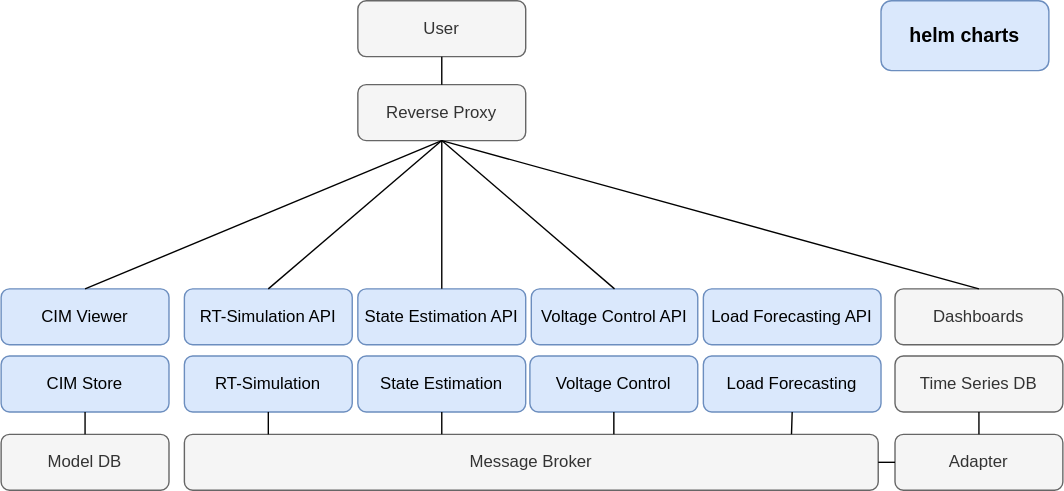
sogno-platform/sogno-platform.github.io keeps this draw.io diagram as static/architecture.svg. Above is the earlier version. Source tidied: cells renumbered, new cells last; positions are measured from the earlier drawing's top-left corner, leaving out a move shared by most shapes.
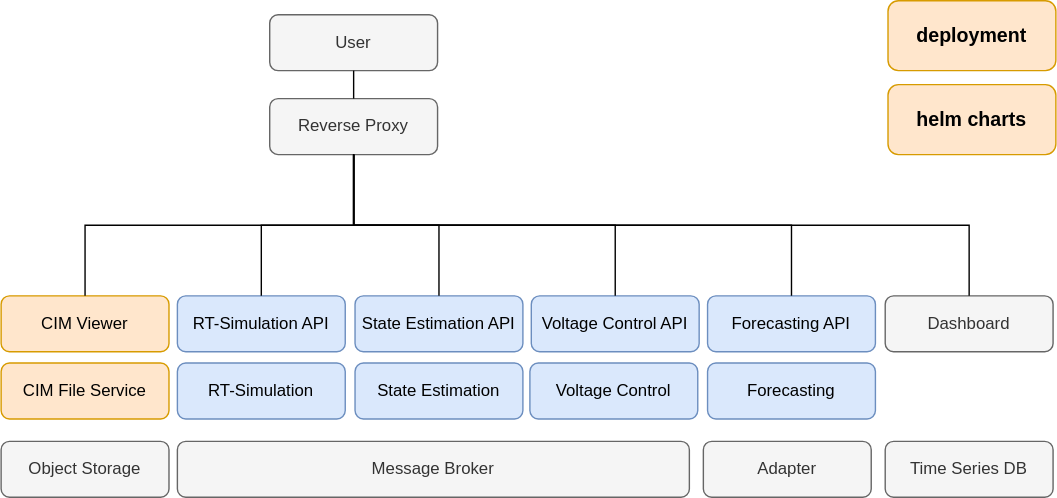
The same file after the commit.

Commit message:
update architecture diagram

What changed in the source:
```diff
@@ -5,101 +5,80 @@
     <mxCell id="2" value="&lt;a href=&quot;https://github.com/sogno-platform/dpsim&quot;&gt;RT-Simulation&lt;/a&gt;" style="rounded=1;whiteSpace=wrap;html=1;fillColor=#dae8fc;strokeColor=#6c8ebf;" parent="1" vertex="1">
       <mxGeometry x="131" y="254" width="120" height="40" as="geometry" />
     </mxCell>
-    <mxCell id="3" value="&lt;a href=&quot;https://github.com/sogno-platform/dpsim-service&quot;&gt;RT-Simulation API&lt;/a&gt;" style="rounded=1;whiteSpace=wrap;html=1;fillColor=#dae8fc;strokeColor=#6c8ebf;" parent="1" vertex="1">
+    <mxCell id="3" value="&lt;a href=&quot;https://github.com/sogno-platform/dpsim-api&quot;&gt;RT-Simulation API&lt;/a&gt;" style="rounded=1;whiteSpace=wrap;html=1;fillColor=#dae8fc;strokeColor=#6c8ebf;" parent="1" vertex="1">
       <mxGeometry x="131" y="206" width="120" height="40" as="geometry" />
     </mxCell>
     <mxCell id="4" value="&lt;a href=&quot;https://github.com/sogno-platform/pyvolt-service&quot;&gt;State Estimation API&lt;/a&gt;" style="rounded=1;whiteSpace=wrap;html=1;fillColor=#dae8fc;strokeColor=#6c8ebf;" parent="1" vertex="1">
-      <mxGeometry x="255" y="206" width="120" height="40" as="geometry" />
+      <mxGeometry x="258" y="206" width="120" height="40" as="geometry" />
     </mxCell>
     <mxCell id="5" value="&lt;a href=&quot;https://github.com/sogno-platform/pyvolt&quot;&gt;State Estimation&lt;/a&gt;" style="rounded=1;whiteSpace=wrap;html=1;fillColor=#dae8fc;strokeColor=#6c8ebf;" parent="1" vertex="1">
-      <mxGeometry x="255" y="254" width="120" height="40" as="geometry" />
+      <mxGeometry x="258" y="254" width="120" height="40" as="geometry" />
     </mxCell>
-    <mxCell id="6" value="&lt;a href=&quot;https://github.com/sogno-platform/cim-service&quot;&gt;CIM Store&lt;/a&gt;" style="rounded=1;whiteSpace=wrap;html=1;fillColor=#dae8fc;strokeColor=#6c8ebf;" parent="1" vertex="1">
-      <mxGeometry y="254" width="120" height="40" as="geometry" />
+    <mxCell id="6" value="&lt;a href=&quot;https://github.com/sogno-platform/sogno-file-service&quot;&gt;CIM File Service&lt;/a&gt;" style="rounded=1;whiteSpace=wrap;html=1;fillColor=#ffe6cc;strokeColor=#d79b00;" parent="1" vertex="1">
+      <mxGeometry x="5" y="254" width="120" height="40" as="geometry" />
     </mxCell>
-    <mxCell id="7" value="Model DB" style="rounded=1;whiteSpace=wrap;html=1;fillColor=#f5f5f5;strokeColor=#666666;fontColor=#333333;" parent="1" vertex="1">
-      <mxGeometry y="310" width="120" height="40" as="geometry" />
-    </mxCell>
-    <mxCell id="8" value="&lt;a href=&quot;https://github.com/sogno-platform/pintura&quot;&gt;CIM Viewer&lt;/a&gt;" style="rounded=1;whiteSpace=wrap;html=1;fillColor=#dae8fc;strokeColor=#6c8ebf;" parent="1" vertex="1">
-      <mxGeometry y="206" width="120" height="40" as="geometry" />
+    <mxCell id="8" value="&lt;a href=&quot;https://github.com/sogno-platform/pintura&quot;&gt;CIM Viewer&lt;/a&gt;" style="rounded=1;whiteSpace=wrap;html=1;fillColor=#ffe6cc;strokeColor=#d79b00;" parent="1" vertex="1">
+      <mxGeometry x="5" y="206" width="120" height="40" as="geometry" />
     </mxCell>
     <mxCell id="9" value="Message Broker" style="rounded=1;whiteSpace=wrap;html=1;fillColor=#f5f5f5;strokeColor=#666666;fontColor=#333333;" parent="1" vertex="1">
-      <mxGeometry x="131" y="310" width="496" height="40" as="geometry" />
+      <mxGeometry x="131" y="310" width="366" height="40" as="geometry" />
     </mxCell>
     <mxCell id="10" value="Adapter" style="rounded=1;whiteSpace=wrap;html=1;fillColor=#f5f5f5;strokeColor=#666666;fontColor=#333333;" parent="1" vertex="1">
-      <mxGeometry x="639" y="310" width="120" height="40" as="geometry" />
+      <mxGeometry x="507" y="310" width="120" height="40" as="geometry" />
     </mxCell>
     <mxCell id="11" value="Time Series DB" style="rounded=1;whiteSpace=wrap;html=1;fillColor=#f5f5f5;strokeColor=#666666;fontColor=#333333;" parent="1" vertex="1">
-      <mxGeometry x="639" y="254" width="120" height="40" as="geometry" />
+      <mxGeometry x="637" y="310" width="120" height="40" as="geometry" />
     </mxCell>
-    <mxCell id="12" value="Dashboards" style="rounded=1;whiteSpace=wrap;html=1;fillColor=#f5f5f5;strokeColor=#666666;fontColor=#333333;" parent="1" vertex="1">
-      <mxGeometry x="639" y="206" width="120" height="40" as="geometry" />
+    <mxCell id="12" value="Dashboard" style="rounded=1;whiteSpace=wrap;html=1;fillColor=#f5f5f5;strokeColor=#666666;fontColor=#333333;" parent="1" vertex="1">
+      <mxGeometry x="637" y="206" width="120" height="40" as="geometry" />
     </mxCell>
     <mxCell id="13" value="&lt;a href=&quot;https://github.com/sogno-platform/covee-service&quot;&gt;Voltage Control API&lt;/a&gt;" style="rounded=1;whiteSpace=wrap;html=1;fillColor=#dae8fc;strokeColor=#6c8ebf;" parent="1" vertex="1">
-      <mxGeometry x="379" y="206" width="119" height="40" as="geometry" />
+      <mxGeometry x="384" y="206" width="120" height="40" as="geometry" />
     </mxCell>
     <mxCell id="14" value="&lt;a href=&quot;https://github.com/sogno-platform/covee&quot;&gt;Voltage Control&lt;/a&gt;" style="rounded=1;whiteSpace=wrap;html=1;fillColor=#dae8fc;strokeColor=#6c8ebf;" parent="1" vertex="1">
-      <mxGeometry x="378" y="254" width="120" height="40" as="geometry" />
+      <mxGeometry x="383" y="254" width="120" height="40" as="geometry" />
     </mxCell>
-    <mxCell id="15" style="endArrow=none;startArrow=none;html=1;startFill=0;endFill=0;exitX=0.5;exitY=1;exitDx=0;exitDy=0;" parent="1" edge="1" source="2">
-      <mxGeometry relative="1" as="geometry">
-        <mxPoint x="191" y="310" as="targetPoint" />
-      </mxGeometry>
-    </mxCell>
-    <mxCell id="16" style="endArrow=none;startArrow=none;html=1;exitX=1;exitY=0.5;exitDx=0;exitDy=0;startFill=0;endFill=0;entryX=0;entryY=0.5;entryDx=0;entryDy=0;" parent="1" edge="1" source="9" target="10">
-      <mxGeometry relative="1" as="geometry" />
-    </mxCell>
-    <mxCell id="17" style="endArrow=none;html=1;entryX=0.5;entryY=1;entryDx=0;entryDy=0;exitX=0.5;exitY=0;exitDx=0;exitDy=0;" parent="1" edge="1" source="7" target="6">
-      <mxGeometry relative="1" as="geometry" />
-    </mxCell>
-    <mxCell id="18" style="endArrow=none;startArrow=none;html=1;startFill=0;endFill=0;exitX=0.5;exitY=1;exitDx=0;exitDy=0;" parent="1" edge="1" source="5">
-      <mxGeometry relative="1" as="geometry">
-        <mxPoint x="315" y="310" as="targetPoint" />
-      </mxGeometry>
-    </mxCell>
-    <mxCell id="19" style="endArrow=none;startArrow=none;html=1;startFill=0;endFill=0;exitX=0.5;exitY=1;exitDx=0;exitDy=0;entryX=0.619;entryY=0;entryDx=0;entryDy=0;entryPerimeter=0;" parent="1" edge="1" source="14" target="9">
-      <mxGeometry relative="1" as="geometry" />
-    </mxCell>
     <mxCell id="20" value="Reverse Proxy" style="rounded=1;whiteSpace=wrap;html=1;fillColor=#f5f5f5;strokeColor=#666666;fontColor=#333333;" parent="1" vertex="1">
-      <mxGeometry x="255" y="60" width="120" height="40" as="geometry" />
+      <mxGeometry x="197" y="65" width="120" height="40" as="geometry" />
     </mxCell>
     <mxCell id="21" value="User" style="rounded=1;whiteSpace=wrap;html=1;fillColor=#f5f5f5;strokeColor=#666666;fontColor=#333333;" parent="1" vertex="1">
-      <mxGeometry x="255" width="120" height="40" as="geometry" />
+      <mxGeometry x="197" y="5" width="120" height="40" as="geometry" />
     </mxCell>
-    <mxCell id="22" style="endArrow=none;html=1;entryX=0.5;entryY=1;entryDx=0;entryDy=0;exitX=0.5;exitY=0;exitDx=0;exitDy=0;" parent="1" edge="1" source="3" target="20">
+    <mxCell id="22" style="endArrow=none;html=1;entryX=0.5;entryY=1;entryDx=0;entryDy=0;exitX=0.5;exitY=0;exitDx=0;exitDy=0;edgeStyle=orthogonalEdgeStyle;rounded=0;" parent="1" edge="1" source="3" target="20">
       <mxGeometry relative="1" as="geometry" />
     </mxCell>
-    <mxCell id="23" style="endArrow=none;html=1;entryX=0.5;entryY=1;entryDx=0;entryDy=0;exitX=0.5;exitY=0;exitDx=0;exitDy=0;" parent="1" edge="1" source="4" target="20">
+    <mxCell id="23" style="endArrow=none;html=1;entryX=0.5;entryY=1;entryDx=0;entryDy=0;exitX=0.5;exitY=0;exitDx=0;exitDy=0;edgeStyle=orthogonalEdgeStyle;rounded=0;" parent="1" edge="1" source="4" target="20">
       <mxGeometry relative="1" as="geometry" />
     </mxCell>
-    <mxCell id="24" style="endArrow=none;html=1;entryX=0.5;entryY=1;entryDx=0;entryDy=0;exitX=0.5;exitY=0;exitDx=0;exitDy=0;" parent="1" edge="1" source="13" target="20">
+    <mxCell id="24" style="endArrow=none;html=1;entryX=0.5;entryY=1;entryDx=0;entryDy=0;exitX=0.5;exitY=0;exitDx=0;exitDy=0;edgeStyle=orthogonalEdgeStyle;rounded=0;" parent="1" edge="1" source="13" target="20">
       <mxGeometry relative="1" as="geometry" />
     </mxCell>
-    <mxCell id="25" style="endArrow=none;html=1;entryX=0.5;entryY=1;entryDx=0;entryDy=0;exitX=0.5;exitY=0;exitDx=0;exitDy=0;" parent="1" edge="1" source="8" target="20">
+    <mxCell id="25" style="endArrow=none;html=1;entryX=0.5;entryY=1;entryDx=0;entryDy=0;exitX=0.5;exitY=0;exitDx=0;exitDy=0;edgeStyle=orthogonalEdgeStyle;rounded=0;" parent="1" edge="1" source="8" target="20">
       <mxGeometry relative="1" as="geometry" />
     </mxCell>
-    <mxCell id="26" style="endArrow=none;html=1;entryX=0.5;entryY=1;entryDx=0;entryDy=0;exitX=0.5;exitY=0;exitDx=0;exitDy=0;" parent="1" edge="1" source="12" target="20">
+    <mxCell id="26" style="endArrow=none;html=1;entryX=0.5;entryY=1;entryDx=0;entryDy=0;exitX=0.5;exitY=0;exitDx=0;exitDy=0;edgeStyle=orthogonalEdgeStyle;rounded=0;" parent="1" edge="1" source="12" target="20">
       <mxGeometry relative="1" as="geometry" />
     </mxCell>
     <mxCell id="27" style="endArrow=none;html=1;entryX=0.5;entryY=1;entryDx=0;entryDy=0;exitX=0.5;exitY=0;exitDx=0;exitDy=0;" parent="1" edge="1" source="20" target="21">
       <mxGeometry relative="1" as="geometry" />
     </mxCell>
-    <mxCell id="28" value="&lt;a href=&quot;https://github.com/sogno-platform/helm-charts&quot;&gt;helm charts&lt;/a&gt;" style="rounded=1;whiteSpace=wrap;html=1;fillColor=#dae8fc;strokeColor=#6c8ebf;fontSize=14;fontStyle=1;" parent="1" vertex="1">
-      <mxGeometry x="629" width="120" height="50" as="geometry" />
+    <mxCell id="28" value="&lt;a href=&quot;https://github.com/sogno-platform/helm-charts&quot;&gt;helm charts&lt;/a&gt;" style="rounded=1;whiteSpace=wrap;html=1;fillColor=#ffe6cc;strokeColor=#d79b00;fontSize=14;fontStyle=1;" parent="1" vertex="1">
+      <mxGeometry x="639" y="55" width="120" height="50" as="geometry" />
     </mxCell>
-    <mxCell id="29" value="Load Forecasting API" style="rounded=1;whiteSpace=wrap;html=1;fillColor=#dae8fc;strokeColor=#6c8ebf;" parent="1" vertex="1">
-      <mxGeometry x="502" y="206" width="127" height="40" as="geometry" />
+    <mxCell id="29" value="&lt;a href=&quot;https://github.com/sogno-platform/openstef-api&quot;&gt;Forecasting API&lt;/a&gt;" style="rounded=1;whiteSpace=wrap;html=1;fillColor=#dae8fc;strokeColor=#6c8ebf;" parent="1" vertex="1">
+      <mxGeometry x="510" y="206" width="120" height="40" as="geometry" />
     </mxCell>
-    <mxCell id="30" value="&lt;a href=&quot;https://github.com/sogno-platform/proloaf&quot;&gt;Load Forecasting&lt;/a&gt;" style="rounded=1;whiteSpace=wrap;html=1;fillColor=#dae8fc;strokeColor=#6c8ebf;" parent="1" vertex="1">
-      <mxGeometry x="502" y="254" width="127" height="40" as="geometry" />
+    <mxCell id="30" value="&lt;a href=&quot;https://github.com/sogno-platform/proloaf&quot;&gt;Forecasting&lt;/a&gt;" style="rounded=1;whiteSpace=wrap;html=1;fillColor=#dae8fc;strokeColor=#6c8ebf;" parent="1" vertex="1">
+      <mxGeometry x="510" y="254" width="120" height="40" as="geometry" />
     </mxCell>
-    <mxCell id="31" style="endArrow=none;startArrow=none;html=1;startFill=0;endFill=0;exitX=0.5;exitY=1;exitDx=0;exitDy=0;entryX=0.5;entryY=0;entryDx=0;entryDy=0;" parent="1" edge="1" source="11" target="10">
-      <mxGeometry relative="1" as="geometry" />
-    </mxCell>
-    <mxCell id="32" style="endArrow=none;startArrow=none;html=1;startFill=0;endFill=0;exitX=0.5;exitY=1;exitDx=0;exitDy=0;" parent="1" edge="1" source="30">
-      <mxGeometry relative="1" as="geometry">
-        <mxPoint x="565" y="310" as="targetPoint" />
-      </mxGeometry>
-    </mxCell>
+    <mxCell id="33" value="&lt;a href=&quot;https://github.com/sogno-platform/example-deployments&quot;&gt;deployment&lt;/a&gt;" style="rounded=1;whiteSpace=wrap;html=1;fillColor=#ffe6cc;strokeColor=#d79b00;fontSize=14;fontStyle=1;" parent="1" vertex="1">
+      <mxGeometry x="639" y="-5" width="120" height="50" as="geometry" />
+    </mxCell>
+    <mxCell id="34" value="Object Storage" style="rounded=1;whiteSpace=wrap;html=1;fillColor=#f5f5f5;strokeColor=#666666;fontColor=#333333;" parent="1" vertex="1">
+      <mxGeometry x="5" y="310" width="120" height="40" as="geometry" />
+    </mxCell>
+    <mxCell id="35" style="endArrow=none;html=1;entryX=0.5;entryY=1;entryDx=0;entryDy=0;exitX=0.5;exitY=0;exitDx=0;exitDy=0;edgeStyle=orthogonalEdgeStyle;rounded=0;" parent="1" edge="1" source="29" target="20">
+      <mxGeometry relative="1" as="geometry" />
+    </mxCell>
   </root>
 </mxGraphModel>
```
